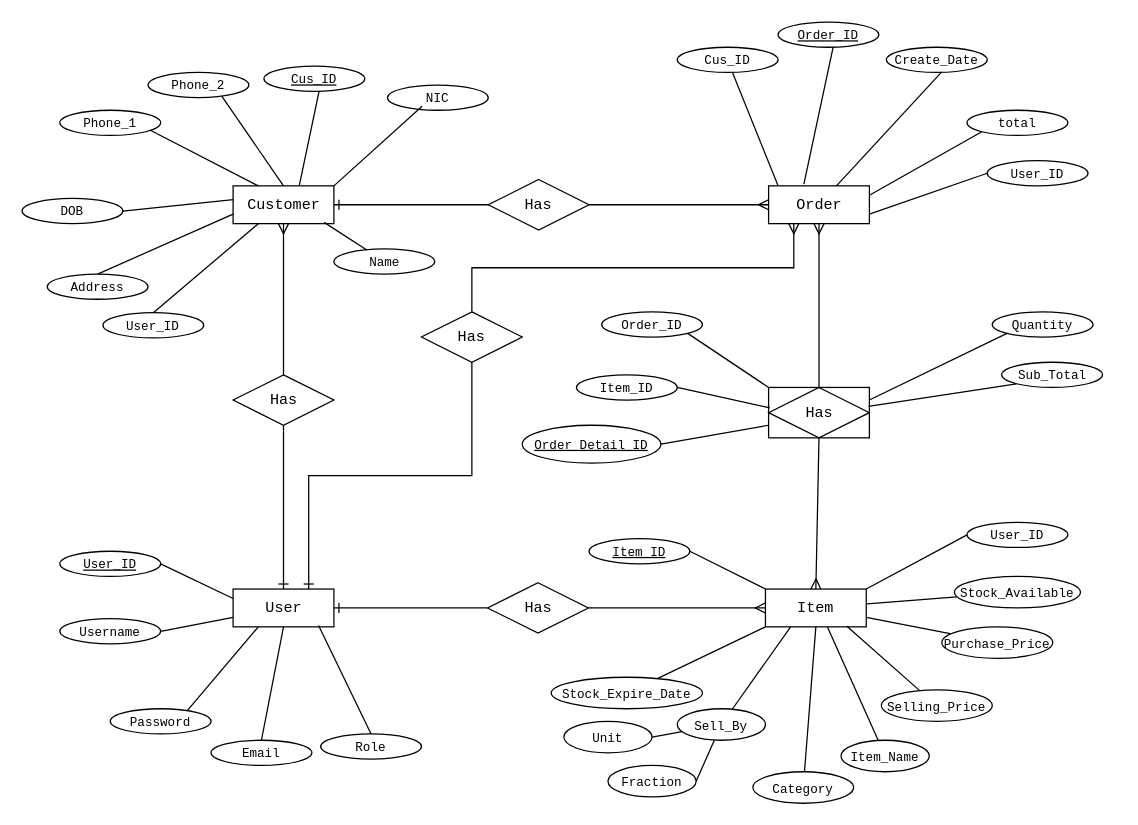
Before: page "Page-1" (1 of 2) of POS.drawio in AmilSrinath/New-POS, a draw.io diagram. Source tidied: cells renumbered, new cells numbered last; positions are measured from the earlier drawing's top-left corner, leaving out a move shared by most shapes. Both pictures are drawn from the tidied source at 126%, with x=0, y=0 at pixel (21, 21).
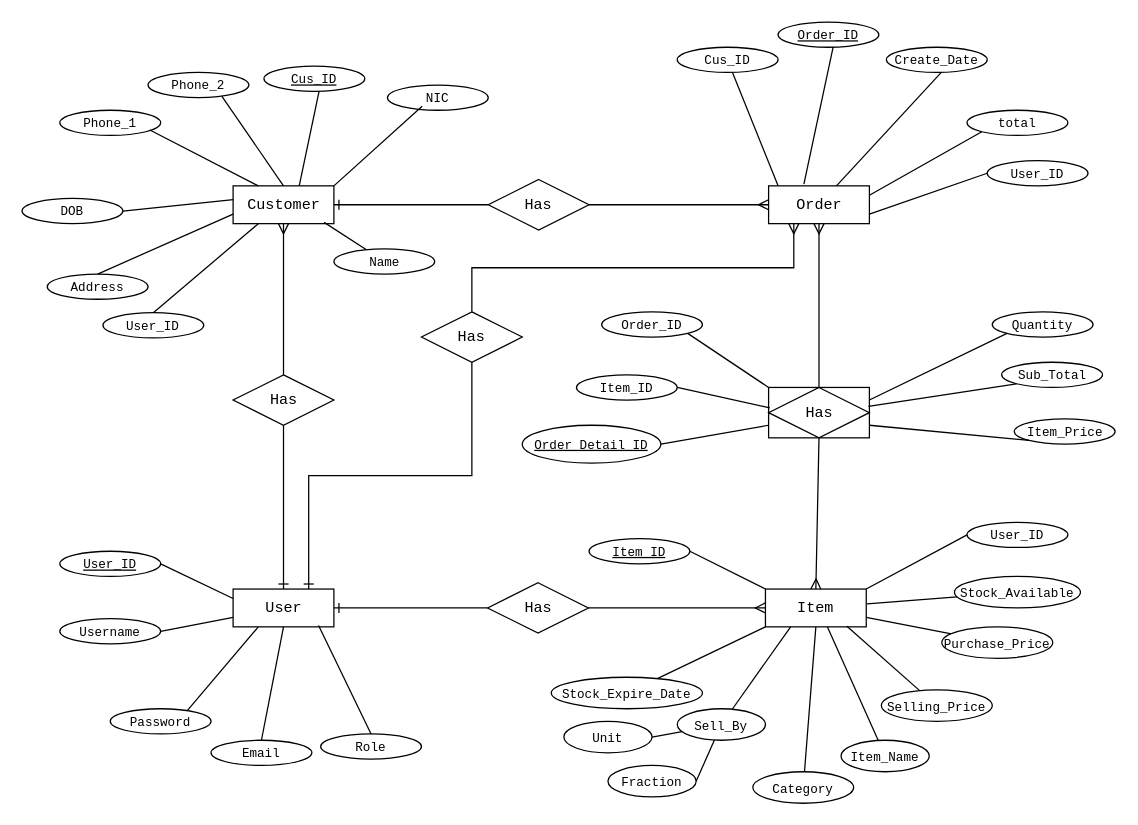
The same diagram, later.

The change refers to these unchanged cells:
```xml
<mxCell id="25" value="&lt;font face=&quot;Courier New&quot;&gt;Has&lt;/font&gt;" style="shape=associativeEntity;whiteSpace=wrap;html=1;align=center;" parent="1" vertex="1">
  <mxGeometry x="592.5" y="290" width="80" height="40" as="geometry" />
</mxCell>
```

What changed in the source:
```diff
@@
+    <mxCell id="89" value="&lt;font size=&quot;1&quot; face=&quot;Courier New&quot;&gt;Item_Price&lt;/font&gt;" style="ellipse;whiteSpace=wrap;html=1;align=center;" parent="1" vertex="1">
+      <mxGeometry x="787.5" y="315" width="80" height="20" as="geometry" />
+    </mxCell>
+    <mxCell id="90" style="rounded=0;jettySize=auto;html=1;endArrow=none;endFill=0;exitX=0;exitY=1;exitDx=0;exitDy=0;entryX=1;entryY=0.75;entryDx=0;entryDy=0;" parent="1" edge="1" source="89" target="25">
+      <mxGeometry relative="1" as="geometry" />
+    </mxCell>
```
